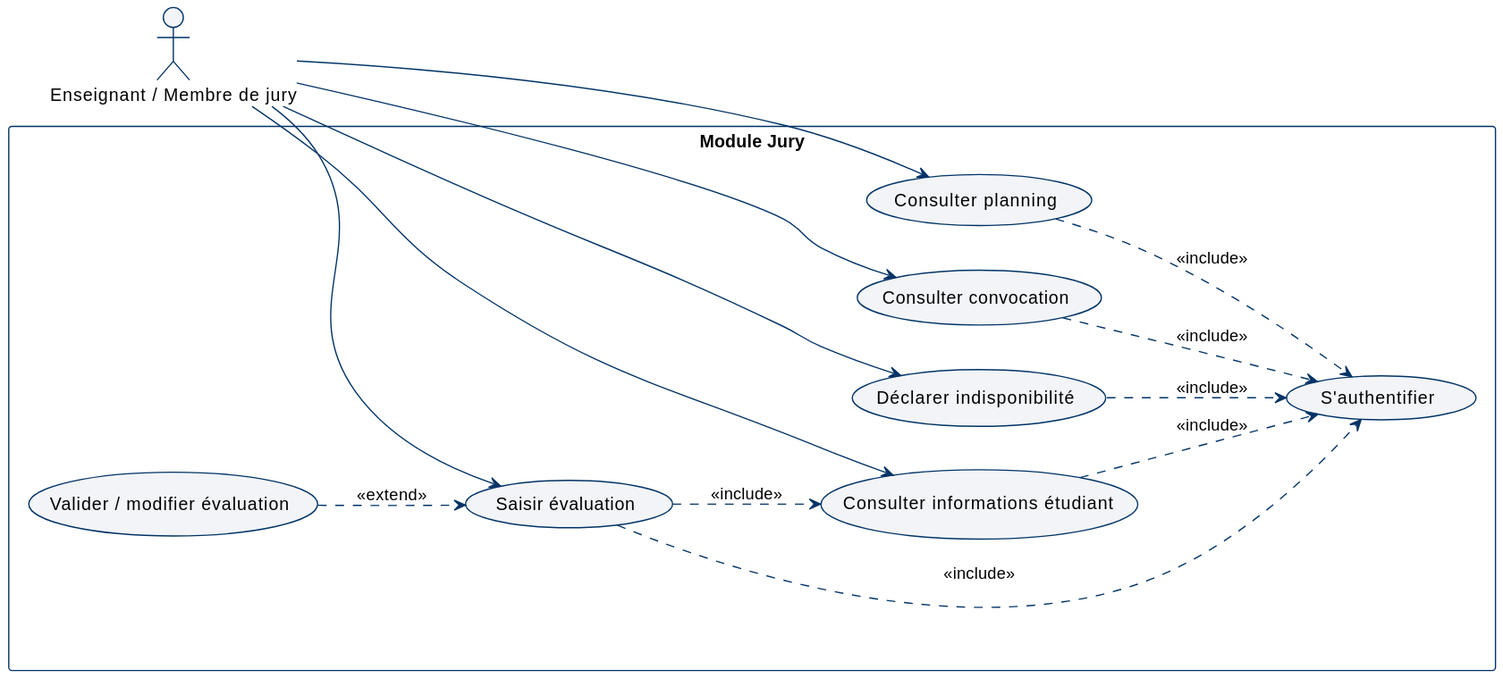
Above: docs/diagrams/svg/uc_jury.svg in abdelaziz-ebourki/system-gestion-soutenance (PlantUML), before the change.
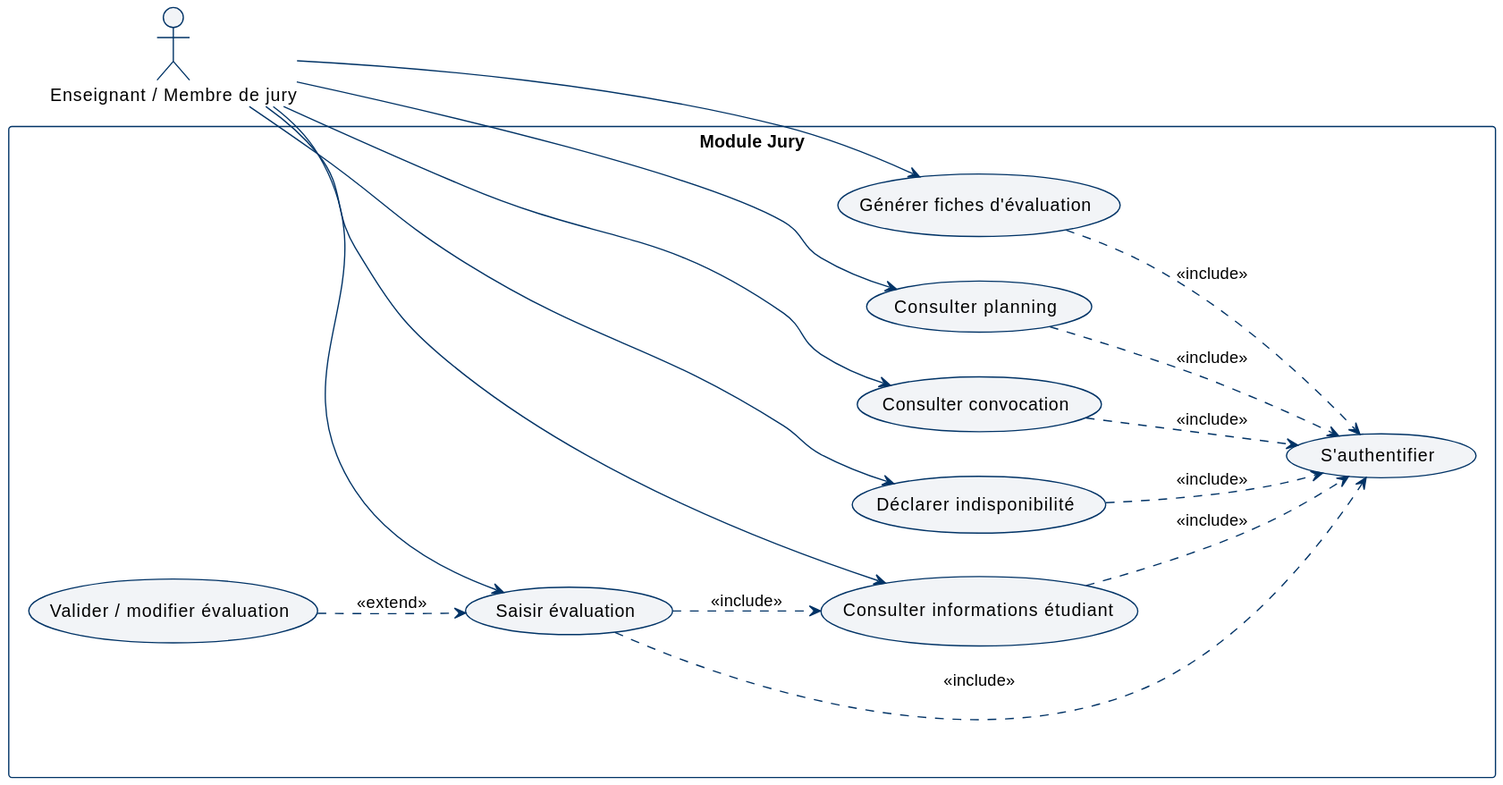
The same file after the commit.

What changed in the source:
```diff
@@ -27,6 +27,7 @@
     usecase "Consulter informations étudiant" as UC4
     usecase "Saisir évaluation" as UC5
     usecase "Valider / modifier évaluation" as UC6
+    usecase "Générer fiches d'évaluation" as UC7
     usecase "S'authentifier" as Auth
 }
 
@@ -35,6 +36,7 @@
 Jury --> UC3
 Jury --> UC4
 Jury --> UC5
+Jury --> UC7
 
 UC6 ..> UC5 : <<extend>>
 UC5 ..> UC4 : <<include>>
@@ -44,4 +46,5 @@
 UC3 ..> Auth : <<include>>
 UC4 ..> Auth : <<include>>
 UC5 ..> Auth : <<include>>
+UC7 ..> Auth : <<include>>
 @enduml
```
